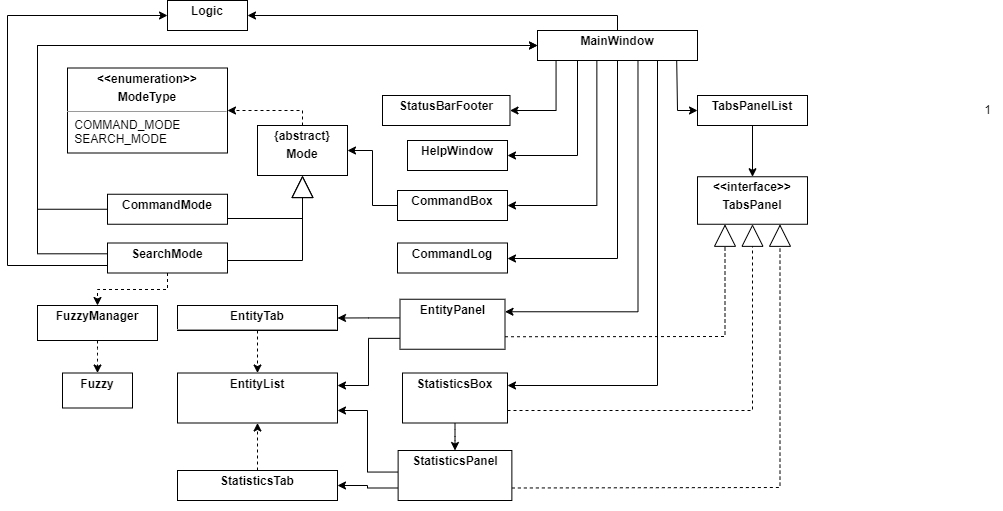
Before: docs/images/UiClassDiagram.png, a diagram exported from draw.io (nus-cs2103-AY2223S2/tp). Source tidied: cells renumbered, new cells last; positions are measured from the earlier drawing's top-left corner, leaving out a move shared by most shapes.
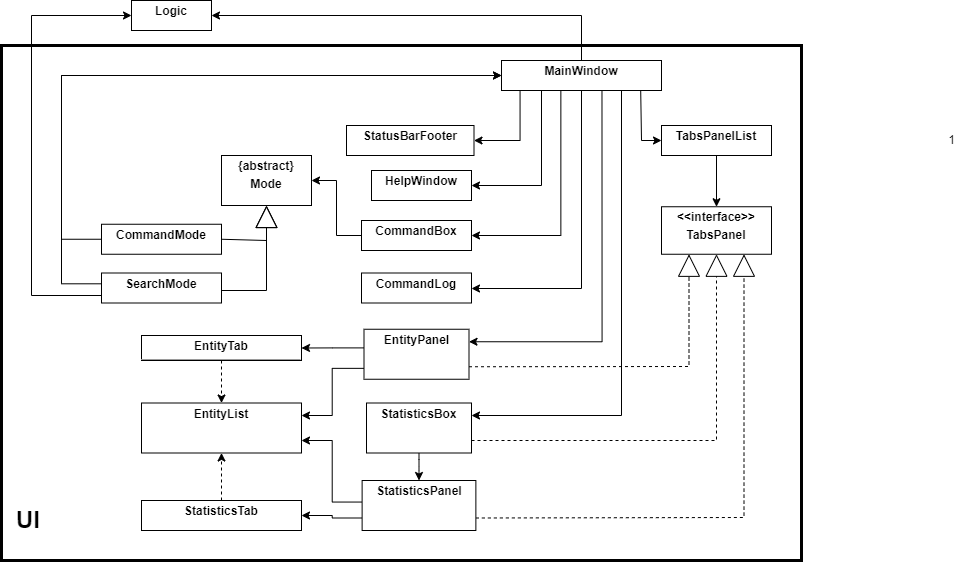
Above is the later version.

Commit message:
Abstract UiClassDiagram

The edit, as a diff of the source:
```diff
@@ -2,8 +2,11 @@
   <root>
     <mxCell id="0" />
     <mxCell id="1" parent="0" />
+    <mxCell id="52" style="rounded=0;whiteSpace=wrap;html=1;fillColor=none;strokeWidth=3;" parent="1" vertex="1">
+      <mxGeometry x="30" y="15" width="800" height="515" as="geometry" />
+    </mxCell>
     <mxCell id="2" value="&lt;p style=&quot;margin:0px;margin-top:4px;text-align:center;&quot;&gt;&lt;b&gt;Logic&lt;/b&gt;&lt;/p&gt;&lt;p style=&quot;margin:0px;margin-left:4px;&quot;&gt;&lt;br&gt;&lt;/p&gt;" style="verticalAlign=top;align=left;overflow=fill;fontSize=12;fontFamily=Helvetica;html=1;whiteSpace=wrap;" parent="1" vertex="1">
-      <mxGeometry x="160" width="80" height="30" as="geometry" />
+      <mxGeometry x="160" y="-30" width="80" height="30" as="geometry" />
     </mxCell>
     <mxCell id="3" style="edgeStyle=elbowEdgeStyle;rounded=0;jettySize=auto;html=1;exitX=0;exitY=0.5;exitDx=0;exitDy=0;entryX=1;entryY=0.5;entryDx=0;entryDy=0;" parent="1" edge="1" source="4" target="27">
       <mxGeometry relative="1" as="geometry" />
@@ -106,19 +109,9 @@
     <mxCell id="25" value="&lt;p style=&quot;margin:0px;margin-top:4px;text-align:center;&quot;&gt;&lt;b&gt;StatusBarFooter&lt;/b&gt;&lt;/p&gt;" style="verticalAlign=top;align=left;overflow=fill;fontSize=12;fontFamily=Helvetica;html=1;whiteSpace=wrap;" parent="1" vertex="1">
       <mxGeometry x="375" y="95" width="127.5" height="30" as="geometry" />
     </mxCell>
-    <mxCell id="26" style="edgeStyle=elbowEdgeStyle;rounded=0;jettySize=auto;html=1;exitX=0.5;exitY=0;exitDx=0;exitDy=0;entryX=1;entryY=0.5;entryDx=0;entryDy=0;dashed=1;elbow=vertical;" parent="1" edge="1" source="27" target="28">
-      <mxGeometry relative="1" as="geometry">
-        <Array as="points">
-          <mxPoint x="250" y="110" />
-        </Array>
-      </mxGeometry>
-    </mxCell>
     <mxCell id="27" value="&lt;p style=&quot;margin:0px;margin-top:4px;text-align:center;&quot;&gt;&lt;b&gt;{abstract}&lt;/b&gt;&lt;/p&gt;&lt;p style=&quot;margin:0px;margin-top:4px;text-align:center;&quot;&gt;&lt;b&gt;Mode&lt;/b&gt;&lt;/p&gt;" style="verticalAlign=top;align=left;overflow=fill;fontSize=12;fontFamily=Helvetica;html=1;whiteSpace=wrap;" parent="1" vertex="1">
       <mxGeometry x="250" y="125" width="90" height="50" as="geometry" />
     </mxCell>
-    <mxCell id="28" value="&lt;p style=&quot;margin:0px;margin-top:4px;text-align:center;&quot;&gt;&lt;b&gt;&amp;lt;&amp;lt;enumeration&amp;gt;&amp;gt;&lt;/b&gt;&lt;/p&gt;&lt;p style=&quot;margin:0px;margin-top:4px;text-align:center;&quot;&gt;&lt;b&gt;ModeType&lt;/b&gt;&lt;/p&gt;&lt;hr size=&quot;1&quot;&gt;&lt;p style=&quot;margin:0px;margin-left:4px;&quot;&gt;&amp;nbsp;COMMAND_MODE&lt;/p&gt;&lt;p style=&quot;margin:0px;margin-left:4px;&quot;&gt;&amp;nbsp;SEARCH_MODE&lt;/p&gt;" style="verticalAlign=top;align=left;overflow=fill;fontSize=12;fontFamily=Helvetica;html=1;whiteSpace=wrap;" parent="1" vertex="1">
-      <mxGeometry x="60" y="67.5" width="160" height="85" as="geometry" />
-    </mxCell>
     <mxCell id="29" style="edgeStyle=elbowEdgeStyle;rounded=0;jettySize=auto;html=1;endArrow=block;endFill=0;endSize=20;exitX=1;exitY=0.5;exitDx=0;exitDy=0;entryX=0.5;entryY=1;entryDx=0;entryDy=0;elbow=vertical;" parent="1" edge="1" source="33" target="27">
       <mxGeometry relative="1" as="geometry">
         <Array as="points">
@@ -129,49 +122,40 @@
     <mxCell id="30" style="edgeStyle=elbowEdgeStyle;rounded=0;jettySize=auto;html=1;exitX=-0.003;exitY=0.36;exitDx=0;exitDy=0;exitPerimeter=0;entryX=0;entryY=0.5;entryDx=0;entryDy=0;" parent="1" edge="1" source="33" target="12">
       <mxGeometry relative="1" as="geometry">
         <Array as="points">
-          <mxPoint x="30" y="150" />
+          <mxPoint x="90" y="150" />
         </Array>
       </mxGeometry>
     </mxCell>
     <mxCell id="31" style="edgeStyle=elbowEdgeStyle;rounded=0;jettySize=auto;html=1;exitX=0;exitY=0.75;exitDx=0;exitDy=0;entryX=0;entryY=0.5;entryDx=0;entryDy=0;" parent="1" edge="1" source="33" target="2">
       <mxGeometry relative="1" as="geometry">
         <Array as="points">
-          <mxPoint y="140" />
+          <mxPoint x="60" y="130" />
         </Array>
       </mxGeometry>
     </mxCell>
-    <mxCell id="32" style="edgeStyle=elbowEdgeStyle;rounded=0;jettySize=auto;html=1;exitX=0.5;exitY=1;exitDx=0;exitDy=0;entryX=0.5;entryY=0;entryDx=0;entryDy=0;dashed=1;elbow=vertical;" parent="1" edge="1" source="33" target="39">
-      <mxGeometry relative="1" as="geometry" />
-    </mxCell>
     <mxCell id="33" value="&lt;p style=&quot;margin:0px;margin-top:4px;text-align:center;&quot;&gt;&lt;b&gt;SearchMode&lt;/b&gt;&lt;/p&gt;" style="verticalAlign=top;align=left;overflow=fill;fontSize=12;fontFamily=Helvetica;html=1;whiteSpace=wrap;" parent="1" vertex="1">
-      <mxGeometry x="100" y="242.5" width="120" height="30" as="geometry" />
+      <mxGeometry x="130" y="242.5" width="120" height="30" as="geometry" />
     </mxCell>
     <mxCell id="34" style="edgeStyle=elbowEdgeStyle;rounded=0;jettySize=auto;html=1;endArrow=block;endFill=0;endSize=20;exitX=1;exitY=0.5;exitDx=0;exitDy=0;entryX=0.5;entryY=1;entryDx=0;entryDy=0;elbow=vertical;" parent="1" edge="1" source="36" target="27">
       <mxGeometry relative="1" as="geometry">
         <Array as="points">
-          <mxPoint x="220" y="218" />
+          <mxPoint x="280" y="210" />
         </Array>
       </mxGeometry>
     </mxCell>
     <mxCell id="35" style="edgeStyle=elbowEdgeStyle;rounded=0;jettySize=auto;html=1;exitX=0;exitY=0.5;exitDx=0;exitDy=0;endArrow=classic;endFill=1;entryX=0;entryY=0.5;entryDx=0;entryDy=0;" parent="1" edge="1" source="36" target="12">
       <mxGeometry relative="1" as="geometry">
         <Array as="points">
-          <mxPoint x="30" y="130" />
+          <mxPoint x="90" y="130" />
         </Array>
       </mxGeometry>
     </mxCell>
     <mxCell id="36" value="&lt;p style=&quot;margin:0px;margin-top:4px;text-align:center;&quot;&gt;&lt;b&gt;CommandMode&lt;/b&gt;&lt;/p&gt;" style="verticalAlign=top;align=left;overflow=fill;fontSize=12;fontFamily=Helvetica;html=1;whiteSpace=wrap;" parent="1" vertex="1">
-      <mxGeometry x="100" y="193.8" width="120" height="30" as="geometry" />
+      <mxGeometry x="130" y="193.8" width="120" height="30" as="geometry" />
     </mxCell>
     <mxCell id="37" style="edgeStyle=orthogonalEdgeStyle;rounded=0;orthogonalLoop=1;jettySize=auto;html=1;exitX=0.5;exitY=1;exitDx=0;exitDy=0;" parent="1" edge="1" source="36" target="36">
       <mxGeometry relative="1" as="geometry" />
     </mxCell>
-    <mxCell id="38" style="edgeStyle=elbowEdgeStyle;html=1;exitX=0.5;exitY=1;exitDx=0;exitDy=0;startArrow=none;startFill=0;endArrow=classic;endFill=1;dashed=1;entryX=0.5;entryY=0;entryDx=0;entryDy=0;elbow=vertical;" parent="1" edge="1" source="39" target="51">
-      <mxGeometry relative="1" as="geometry" />
-    </mxCell>
-    <mxCell id="39" value="&lt;p style=&quot;margin:0px;margin-top:4px;text-align:center;&quot;&gt;&lt;b&gt;FuzzyManager&lt;/b&gt;&lt;/p&gt;" style="verticalAlign=top;align=left;overflow=fill;fontSize=12;fontFamily=Helvetica;html=1;whiteSpace=wrap;" parent="1" vertex="1">
-      <mxGeometry x="30" y="305" width="120" height="35" as="geometry" />
-    </mxCell>
     <mxCell id="40" style="edgeStyle=orthogonalEdgeStyle;rounded=0;jettySize=auto;html=1;entryX=0.5;entryY=0;entryDx=0;entryDy=0;dashed=1;" parent="1" edge="1" source="41" target="42">
       <mxGeometry relative="1" as="geometry" />
     </mxCell>
@@ -209,8 +193,8 @@
     <mxCell id="50" value="1" style="text;html=1;align=center;verticalAlign=middle;strokeColor=none;fillColor=none;" parent="1" vertex="1">
       <mxGeometry x="965" y="95" width="30" height="30" as="geometry" />
     </mxCell>
-    <mxCell id="51" value="&lt;p style=&quot;margin:0px;margin-top:4px;text-align:center;&quot;&gt;&lt;b&gt;Fuzzy&lt;/b&gt;&lt;/p&gt;&lt;p style=&quot;margin:0px;margin-top:4px;text-align:center;&quot;&gt;&lt;b&gt;&lt;br&gt;&lt;/b&gt;&lt;/p&gt;" style="verticalAlign=top;align=left;overflow=fill;fontSize=12;fontFamily=Helvetica;html=1;whiteSpace=wrap;" parent="1" vertex="1">
-      <mxGeometry x="55" y="372.5" width="70" height="35" as="geometry" />
-    </mxCell>
+    <mxCell id="53" value="&lt;h1&gt;UI&lt;/h1&gt;" style="text;html=1;strokeColor=none;fillColor=none;spacing=5;spacingTop=-20;whiteSpace=wrap;overflow=hidden;rounded=0;strokeWidth=3;" parent="1" vertex="1">
+      <mxGeometry x="40" y="470" width="40" height="40" as="geometry" />
+    </mxCell>
   </root>
 </mxGraphModel>
```
